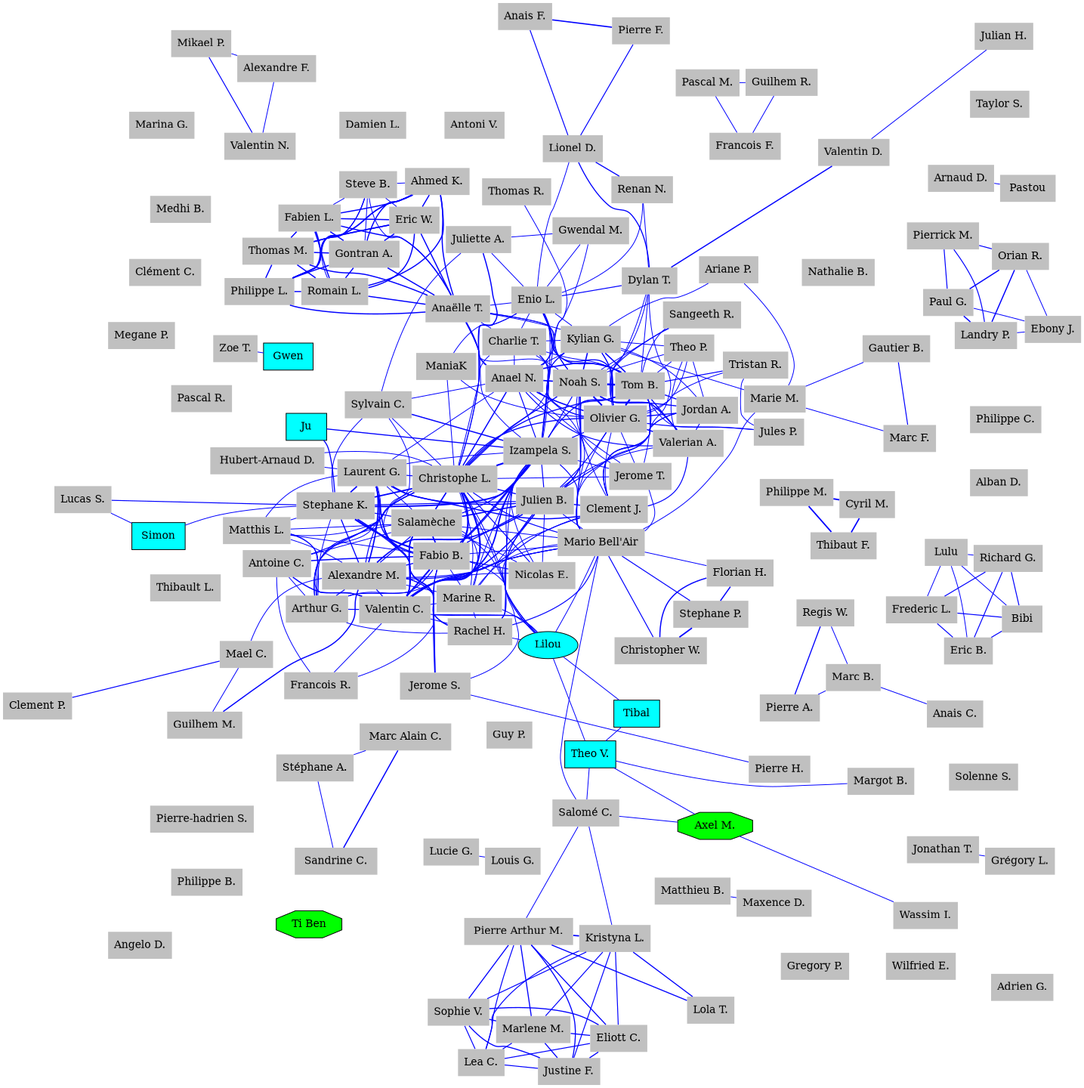
GuilhemRep/sauts keeps this Graphviz diagram as jumpers_SAUT.dot.png. Above is the earlier version. Its source is kept beside it as jumpers_SAUT.dot.
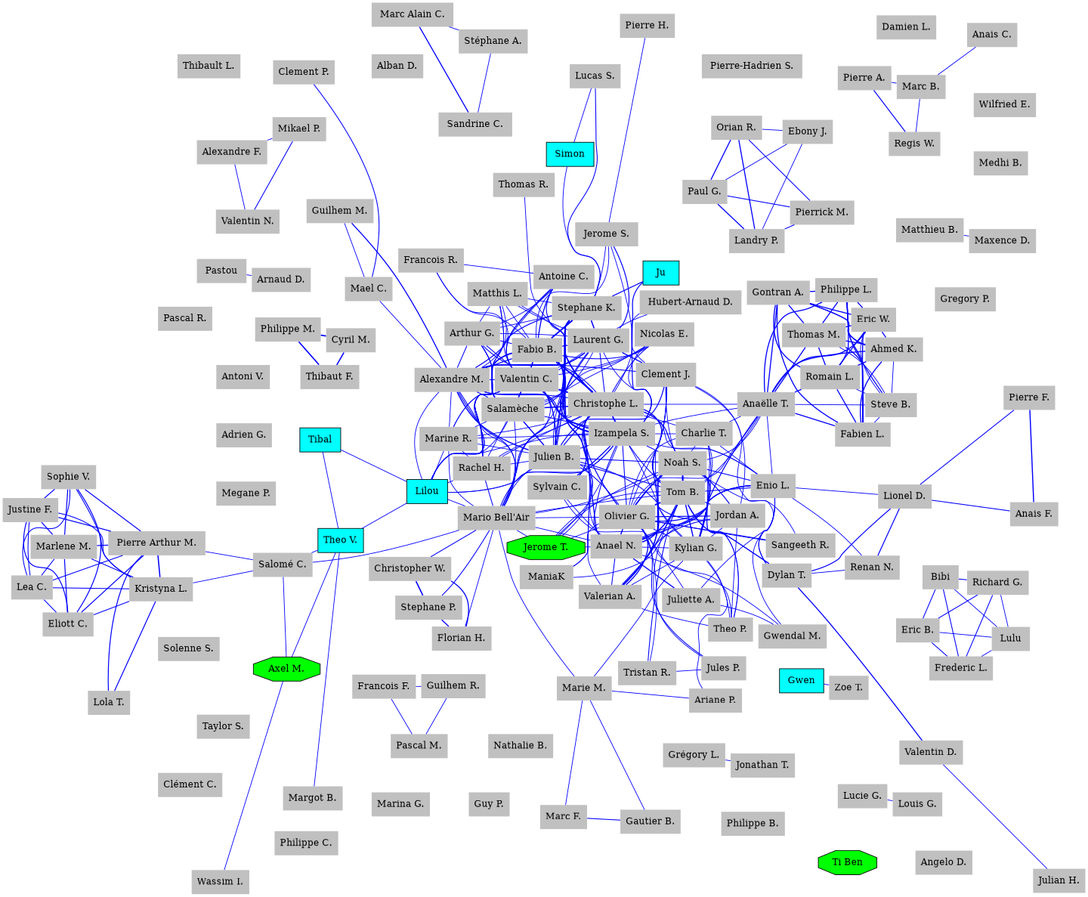
After the change.

The edit, as a diff of the source:
```diff
@@ -1,146 +1,146 @@
 graph Jumpers {
 	graph [overlap=false ratio=1 size="15,15" splines=true]
-	" Simon " [fillcolor=cyan shape=rectangle style=filled]
+	"Marine R." [fillcolor=gray shape=none style=filled]
+	"Julian H." [fillcolor=gray shape=none style=filled]
+	"Steve B." [fillcolor=gray shape=none style=filled]
+	"Eric B." [fillcolor=gray shape=none style=filled]
+	"Nathalie B." [fillcolor=gray shape=none style=filled]
+	" Pierre-Hadrien S. " [fillcolor=gray shape=none style=filled]
+	"Rachel H." [fillcolor=gray shape=none style=filled]
+	" Lulu " [fillcolor=gray shape=none style=filled]
+	"Paul G." [fillcolor=gray shape=none style=filled]
+	"Valentin D." [fillcolor=gray shape=none style=filled]
+	"Philippe M." [fillcolor=gray shape=none style=filled]
+	"Gwendal M." [fillcolor=gray shape=none style=filled]
+	"Salomé C." [fillcolor=gray shape=none style=filled]
+	"Antoni V." [fillcolor=gray shape=none style=filled]
+	" Tibal " [fillcolor=cyan shape=rectangle style=filled]
+	"Sylvain C." [fillcolor=gray shape=none style=filled]
+	"Lucas S." [fillcolor=gray shape=none style=filled]
+	"Pierre A." [fillcolor=gray shape=none style=filled]
+	"Grégory L." [fillcolor=gray shape=none style=filled]
+	"Jerome T." [fillcolor=green shape=octagon style=filled]
+	"Adrien G." [fillcolor=gray shape=none style=filled]
+	"Thomas R." [fillcolor=gray shape=none style=filled]
+	"Ahmed K." [fillcolor=gray shape=none style=filled]
+	"Christophe L." [fillcolor=gray shape=none style=filled]
+	"Anais C." [fillcolor=gray shape=none style=filled]
+	"Francois R." [fillcolor=gray shape=none style=filled]
+	"Theo P." [fillcolor=gray shape=none style=filled]
+	"Izampela S." [fillcolor=gray shape=none style=filled]
+	"Juliette A." [fillcolor=gray shape=none style=filled]
+	"Megane P." [fillcolor=gray shape=none style=filled]
+	"Mael C." [fillcolor=gray shape=none style=filled]
+	" Gwen " [fillcolor=cyan shape=rectangle style=filled]
+	"Anaëlle T." [fillcolor=gray shape=none style=filled]
+	"Thibault L." [fillcolor=gray shape=none style=filled]
+	"Guilhem M." [fillcolor=gray shape=none style=filled]
+	"Stephane K." [fillcolor=gray shape=none style=filled]
+	"Olivier G." [fillcolor=gray shape=none style=filled]
+	"Valentin C." [fillcolor=gray shape=none style=filled]
+	" Ju " [fillcolor=cyan shape=rectangle style=filled]
+	"Valerian A." [fillcolor=gray shape=none style=filled]
+	" Pastou " [fillcolor=gray shape=none style=filled]
+	"Jordan A." [fillcolor=gray shape=none style=filled]
+	"Frederic L." [fillcolor=gray shape=none style=filled]
+	"Justine F." [fillcolor=gray shape=none style=filled]
+	"Tristan R." [fillcolor=gray shape=none style=filled]
+	"Taylor S." [fillcolor=gray shape=none style=filled]
+	"Marina G." [fillcolor=gray shape=none style=filled]
+	"Philippe B." [fillcolor=gray shape=none style=filled]
+	"Wassim I." [fillcolor=gray shape=none style=filled]
+	"Axel M." [fillcolor=green shape=octagon style=filled]
+	"Noah S." [fillcolor=gray shape=none style=filled]
+	"Alexandre M." [fillcolor=gray shape=none style=filled]
+	"Matthis L." [fillcolor=gray shape=none style=filled]
+	"Eric W." [fillcolor=gray shape=none style=filled]
 	"Kylian G." [fillcolor=gray shape=none style=filled]
-	"Mikael P." [fillcolor=gray shape=none style=filled]
-	"Nathalie B." [fillcolor=gray shape=none style=filled]
+	"Pierrick M." [fillcolor=gray shape=none style=filled]
+	"Florian H." [fillcolor=gray shape=none style=filled]
+	"Pierre F." [fillcolor=gray shape=none style=filled]
+	" ManiaK " [fillcolor=gray shape=none style=filled]
+	" Marc Alain C. " [fillcolor=gray shape=none style=filled]
+	"Gregory P." [fillcolor=gray shape=none style=filled]
+	"Matthieu B." [fillcolor=gray shape=none style=filled]
+	" Pierre Arthur M. " [fillcolor=gray shape=none style=filled]
+	"Landry P." [fillcolor=gray shape=none style=filled]
+	"Regis W." [fillcolor=gray shape=none style=filled]
+	"Francois F." [fillcolor=gray shape=none style=filled]
+	"Orian R." [fillcolor=gray shape=none style=filled]
+	"Theo V." [fillcolor=cyan shape=rectangle style=filled]
+	"Pierre H." [fillcolor=gray shape=none style=filled]
+	"Ariane P." [fillcolor=gray shape=none style=filled]
+	"Stephane P." [fillcolor=gray shape=none style=filled]
+	"Margot B." [fillcolor=gray shape=none style=filled]
+	"Pascal R." [fillcolor=gray shape=none style=filled]
 	"Antoine C." [fillcolor=gray shape=none style=filled]
+	"Eliott C." [fillcolor=gray shape=none style=filled]
+	"Marc B." [fillcolor=gray shape=none style=filled]
+	"Stéphane A." [fillcolor=gray shape=none style=filled]
 	" Hubert-Arnaud D. " [fillcolor=gray shape=none style=filled]
-	"Pascal M." [fillcolor=gray shape=none style=filled]
-	"Lola T." [fillcolor=gray shape=none style=filled]
-	"Stéphane A." [fillcolor=gray shape=none style=filled]
-	"Philippe M." [fillcolor=gray shape=none style=filled]
-	"Clement P." [fillcolor=gray shape=none style=filled]
-	"Sylvain C." [fillcolor=gray shape=none style=filled]
-	"Wassim I." [fillcolor=gray shape=none style=filled]
-	" Jerome S. " [fillcolor=gray shape=none style=filled]
-	"Laurent G." [fillcolor=gray shape=none style=filled]
-	"Pascal R." [fillcolor=gray shape=none style=filled]
-	"Philippe B." [fillcolor=gray shape=none style=filled]
-	"Frederic L." [fillcolor=gray shape=none style=filled]
-	"Matthis L." [fillcolor=gray shape=none style=filled]
 	" Bibi " [fillcolor=gray shape=none style=filled]
-	"Arnaud D." [fillcolor=gray shape=none style=filled]
-	"Alexandre M." [fillcolor=gray shape=none style=filled]
-	"Salamèche" [fillcolor=gray shape=none style=filled]
-	"Medhi B." [fillcolor=gray shape=none style=filled]
-	"Theo P." [fillcolor=gray shape=none style=filled]
-	" Ju " [fillcolor=cyan shape=rectangle style=filled]
-	"Justine F." [fillcolor=gray shape=none style=filled]
+	" Sandrine C. " [fillcolor=gray shape=none style=filled]
+	"Clement J." [fillcolor=gray shape=none style=filled]
 	"Christopher W." [fillcolor=gray shape=none style=filled]
-	"Marine R." [fillcolor=gray shape=none style=filled]
-	"Florian H." [fillcolor=gray shape=none style=filled]
-	"Eric B." [fillcolor=gray shape=none style=filled]
-	"Tom B." [fillcolor=gray shape=none style=filled]
-	"Marlene M." [fillcolor=gray shape=none style=filled]
-	"Thibault L." [fillcolor=gray shape=none style=filled]
-	"Antoni V." [fillcolor=gray shape=none style=filled]
-	"Damien L." [fillcolor=gray shape=none style=filled]
+	"Dylan T." [fillcolor=gray shape=none style=filled]
+	"Alexandre F." [fillcolor=gray shape=none style=filled]
+	"Arthur G." [fillcolor=gray shape=none style=filled]
 	"Anael N." [fillcolor=gray shape=none style=filled]
-	"Salomé C." [fillcolor=gray shape=none style=filled]
-	"Marina G." [fillcolor=gray shape=none style=filled]
-	"Jonathan T." [fillcolor=gray shape=none style=filled]
-	"Valentin C." [fillcolor=gray shape=none style=filled]
-	"Clément C." [fillcolor=gray shape=none style=filled]
-	"Julien B." [fillcolor=gray shape=none style=filled]
-	" Marc Alain C. " [fillcolor=gray shape=none style=filled]
-	"Paul G." [fillcolor=gray shape=none style=filled]
-	" Sandrine C. " [fillcolor=gray shape=none style=filled]
-	" Lulu " [fillcolor=gray shape=none style=filled]
-	"Julian H." [fillcolor=gray shape=none style=filled]
-	"Ti Ben" [fillcolor=green shape=octagon style=filled]
-	"Matthieu B." [fillcolor=gray shape=none style=filled]
-	"Marie M." [fillcolor=gray shape=none style=filled]
-	"Ariane P." [fillcolor=gray shape=none style=filled]
+	"Philippe L." [fillcolor=gray shape=none style=filled]
 	"Lucie G." [fillcolor=gray shape=none style=filled]
-	"Marc F." [fillcolor=gray shape=none style=filled]
-	"Solenne S." [fillcolor=gray shape=none style=filled]
-	"Enio L." [fillcolor=gray shape=none style=filled]
-	"Pierre A." [fillcolor=gray shape=none style=filled]
-	"Valerian A." [fillcolor=gray shape=none style=filled]
-	"Guilhem R." [fillcolor=gray shape=none style=filled]
-	"Eric W." [fillcolor=gray shape=none style=filled]
-	"Romain L." [fillcolor=gray shape=none style=filled]
-	"Jordan A." [fillcolor=gray shape=none style=filled]
-	"Anais C." [fillcolor=gray shape=none style=filled]
-	"Stephane P." [fillcolor=gray shape=none style=filled]
-	"Arthur G." [fillcolor=gray shape=none style=filled]
-	"Zoe T." [fillcolor=gray shape=none style=filled]
-	"Gwendal M." [fillcolor=gray shape=none style=filled]
-	" ManiaK " [fillcolor=gray shape=none style=filled]
-	"Sophie V." [fillcolor=gray shape=none style=filled]
-	"Grégory L." [fillcolor=gray shape=none style=filled]
-	"Ebony J." [fillcolor=gray shape=none style=filled]
-	"Cyril M." [fillcolor=gray shape=none style=filled]
-	"Renan N." [fillcolor=gray shape=none style=filled]
-	"Clement J." [fillcolor=gray shape=none style=filled]
-	"Steve B." [fillcolor=gray shape=none style=filled]
-	"Jerome T." [fillcolor=gray shape=none style=filled]
-	"Richard G." [fillcolor=gray shape=none style=filled]
-	"Mario Bell'Air" [fillcolor=gray shape=none style=filled]
-	"Gontran A." [fillcolor=gray shape=none style=filled]
-	"Megane P." [fillcolor=gray shape=none style=filled]
-	" Pierre Arthur M. " [fillcolor=gray shape=none style=filled]
-	"Maxence D." [fillcolor=gray shape=none style=filled]
-	"Angelo D." [fillcolor=gray shape=none style=filled]
-	" Pastou " [fillcolor=gray shape=none style=filled]
-	"Marc B." [fillcolor=gray shape=none style=filled]
-	"Alexandre F." [fillcolor=gray shape=none style=filled]
-	"Pierre-hadrien S." [fillcolor=gray shape=none style=filled]
-	"Eliott C." [fillcolor=gray shape=none style=filled]
-	"Juliette A." [fillcolor=gray shape=none style=filled]
-	" Tibal " [fillcolor=cyan shape=rectangle style=filled]
-	"Guy P." [fillcolor=gray shape=none style=filled]
-	"Thibaut F." [fillcolor=gray shape=none style=filled]
-	"Louis G." [fillcolor=gray shape=none style=filled]
-	"Francois F." [fillcolor=gray shape=none style=filled]
-	"Pierre H." [fillcolor=gray shape=none style=filled]
-	"Guilhem M." [fillcolor=gray shape=none style=filled]
-	"Nicolas E." [fillcolor=gray shape=none style=filled]
-	"Thomas R." [fillcolor=gray shape=none style=filled]
-	"Valentin D." [fillcolor=gray shape=none style=filled]
-	"Regis W." [fillcolor=gray shape=none style=filled]
-	"Landry P." [fillcolor=gray shape=none style=filled]
-	"Pierrick M." [fillcolor=gray shape=none style=filled]
 	"Anais F." [fillcolor=gray shape=none style=filled]
-	" Lilou " [fillcolor=cyan shape=ellipse style=filled]
-	"Philippe L." [fillcolor=gray shape=none style=filled]
-	"Fabio B." [fillcolor=gray shape=none style=filled]
-	"Mael C." [fillcolor=gray shape=none style=filled]
-	"Orian R." [fillcolor=gray shape=none style=filled]
-	"Fabien L." [fillcolor=gray shape=none style=filled]
-	"Gregory P." [fillcolor=gray shape=none style=filled]
-	"Francois R." [fillcolor=gray shape=none style=filled]
-	"Ahmed K." [fillcolor=gray shape=none style=filled]
-	"Noah S." [fillcolor=gray shape=none style=filled]
-	"Gautier B." [fillcolor=gray shape=none style=filled]
-	"Pierre F." [fillcolor=gray shape=none style=filled]
-	"Theo V." [fillcolor=cyan shape=rectangle style=filled]
-	"Lionel D." [fillcolor=gray shape=none style=filled]
-	"Olivier G." [fillcolor=gray shape=none style=filled]
-	"Christophe L." [fillcolor=gray shape=none style=filled]
-	"Thomas M." [fillcolor=gray shape=none style=filled]
-	"Rachel H." [fillcolor=gray shape=none style=filled]
-	"Margot B." [fillcolor=gray shape=none style=filled]
-	"Lucas S." [fillcolor=gray shape=none style=filled]
-	"Wilfried E." [fillcolor=gray shape=none style=filled]
-	"Lea C." [fillcolor=gray shape=none style=filled]
-	"Alban D." [fillcolor=gray shape=none style=filled]
 	"Jules P." [fillcolor=gray shape=none style=filled]
 	"Charlie T." [fillcolor=gray shape=none style=filled]
+	"Solenne S." [fillcolor=gray shape=none style=filled]
+	"Clément C." [fillcolor=gray shape=none style=filled]
+	"Nicolas E." [fillcolor=gray shape=none style=filled]
+	"Fabio B." [fillcolor=gray shape=none style=filled]
+	"Mikael P." [fillcolor=gray shape=none style=filled]
+	"Arnaud D." [fillcolor=gray shape=none style=filled]
+	"Marie M." [fillcolor=gray shape=none style=filled]
+	"Sophie V." [fillcolor=gray shape=none style=filled]
+	" Jerome S. " [fillcolor=gray shape=none style=filled]
+	"Guilhem R." [fillcolor=gray shape=none style=filled]
+	"Damien L." [fillcolor=gray shape=none style=filled]
+	" Simon " [fillcolor=cyan shape=rectangle style=filled]
+	"Marc F." [fillcolor=gray shape=none style=filled]
+	"Marlene M." [fillcolor=gray shape=none style=filled]
+	"Romain L." [fillcolor=gray shape=none style=filled]
+	"Cyril M." [fillcolor=gray shape=none style=filled]
 	"Philippe C." [fillcolor=gray shape=none style=filled]
-	"Stephane K." [fillcolor=gray shape=none style=filled]
-	"Taylor S." [fillcolor=gray shape=none style=filled]
+	"Clement P." [fillcolor=gray shape=none style=filled]
+	"Valentin N." [fillcolor=gray shape=none style=filled]
+	"Mario Bell'Air" [fillcolor=gray shape=none style=filled]
+	"Richard G." [fillcolor=gray shape=none style=filled]
+	"Renan N." [fillcolor=gray shape=none style=filled]
+	"Thibaut F." [fillcolor=gray shape=none style=filled]
+	"Zoe T." [fillcolor=gray shape=none style=filled]
 	"Kristyna L." [fillcolor=gray shape=none style=filled]
-	"Valentin N." [fillcolor=gray shape=none style=filled]
-	"Adrien G." [fillcolor=gray shape=none style=filled]
-	"Anaëlle T." [fillcolor=gray shape=none style=filled]
-	" Gwen " [fillcolor=cyan shape=rectangle style=filled]
-	"Axel M." [fillcolor=green shape=octagon style=filled]
-	"Dylan T." [fillcolor=gray shape=none style=filled]
-	"Izampela S." [fillcolor=gray shape=none style=filled]
-	"Tristan R." [fillcolor=gray shape=none style=filled]
+	"Alban D." [fillcolor=gray shape=none style=filled]
+	"Fabien L." [fillcolor=gray shape=none style=filled]
+	"Louis G." [fillcolor=gray shape=none style=filled]
+	"Ebony J." [fillcolor=gray shape=none style=filled]
 	"Sangeeth R." [fillcolor=gray shape=none style=filled]
+	"Pascal M." [fillcolor=gray shape=none style=filled]
+	"Ti Ben" [fillcolor=green shape=octagon style=filled]
+	"Salamèche" [fillcolor=gray shape=none style=filled]
+	"Julien B." [fillcolor=gray shape=none style=filled]
+	"Maxence D." [fillcolor=gray shape=none style=filled]
+	"Lionel D." [fillcolor=gray shape=none style=filled]
+	"Angelo D." [fillcolor=gray shape=none style=filled]
+	"Thomas M." [fillcolor=gray shape=none style=filled]
+	"Gontran A." [fillcolor=gray shape=none style=filled]
+	"Gautier B." [fillcolor=gray shape=none style=filled]
+	"Enio L." [fillcolor=gray shape=none style=filled]
+	"Medhi B." [fillcolor=gray shape=none style=filled]
+	"Wilfried E." [fillcolor=gray shape=none style=filled]
+	"Jonathan T." [fillcolor=gray shape=none style=filled]
+	"Tom B." [fillcolor=gray shape=none style=filled]
+	" Lilou " [fillcolor=cyan shape=rectangle style=filled]
+	"Laurent G." [fillcolor=gray shape=none style=filled]
+	"Lola T." [fillcolor=gray shape=none style=filled]
+	"Guy P." [fillcolor=gray shape=none style=filled]
+	"Lea C." [fillcolor=gray shape=none style=filled]
 	"Anais F." -- "Pierre F." [color=blue len=1.5 penwidth=1.618033988749895]
 	"Izampela S." -- "Julien B." [color=blue len=1.0 penwidth=1.2071067811865475]
 	"Izampela S." -- "Stephane K." [color=blue len=1.5 penwidth=1.9142135623730951]
```
